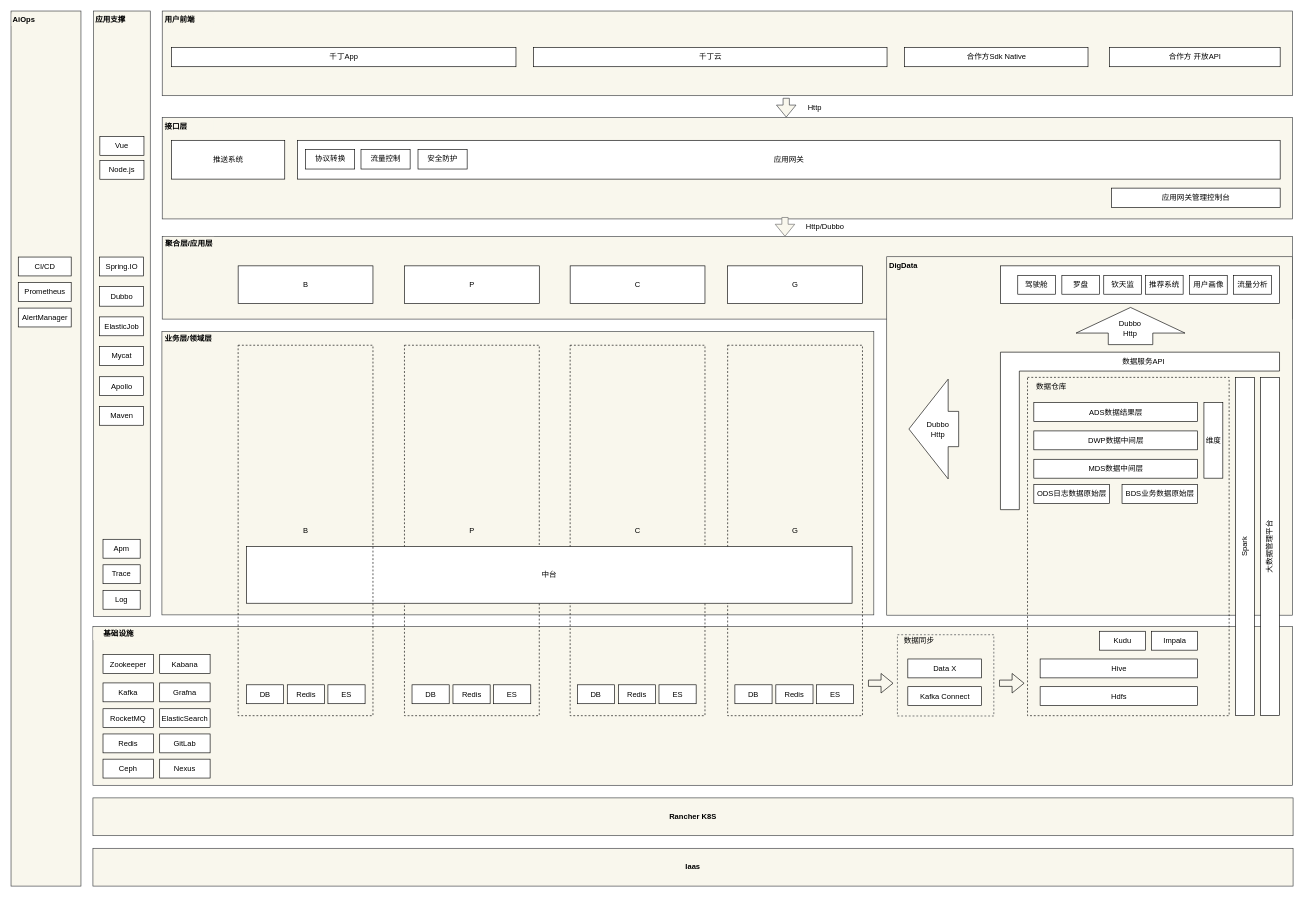
polaris16/drawio keeps this draw.io diagram as Untitled Diagram.drawio. Above is the earlier version. Source tidied: cells renumbered, new cells numbered last; positions are measured from the earlier drawing's top-left corner, leaving out a move shared by most shapes. Both pictures are drawn from the tidied source at 63%, with x=0, y=0 at pixel (11, 11).
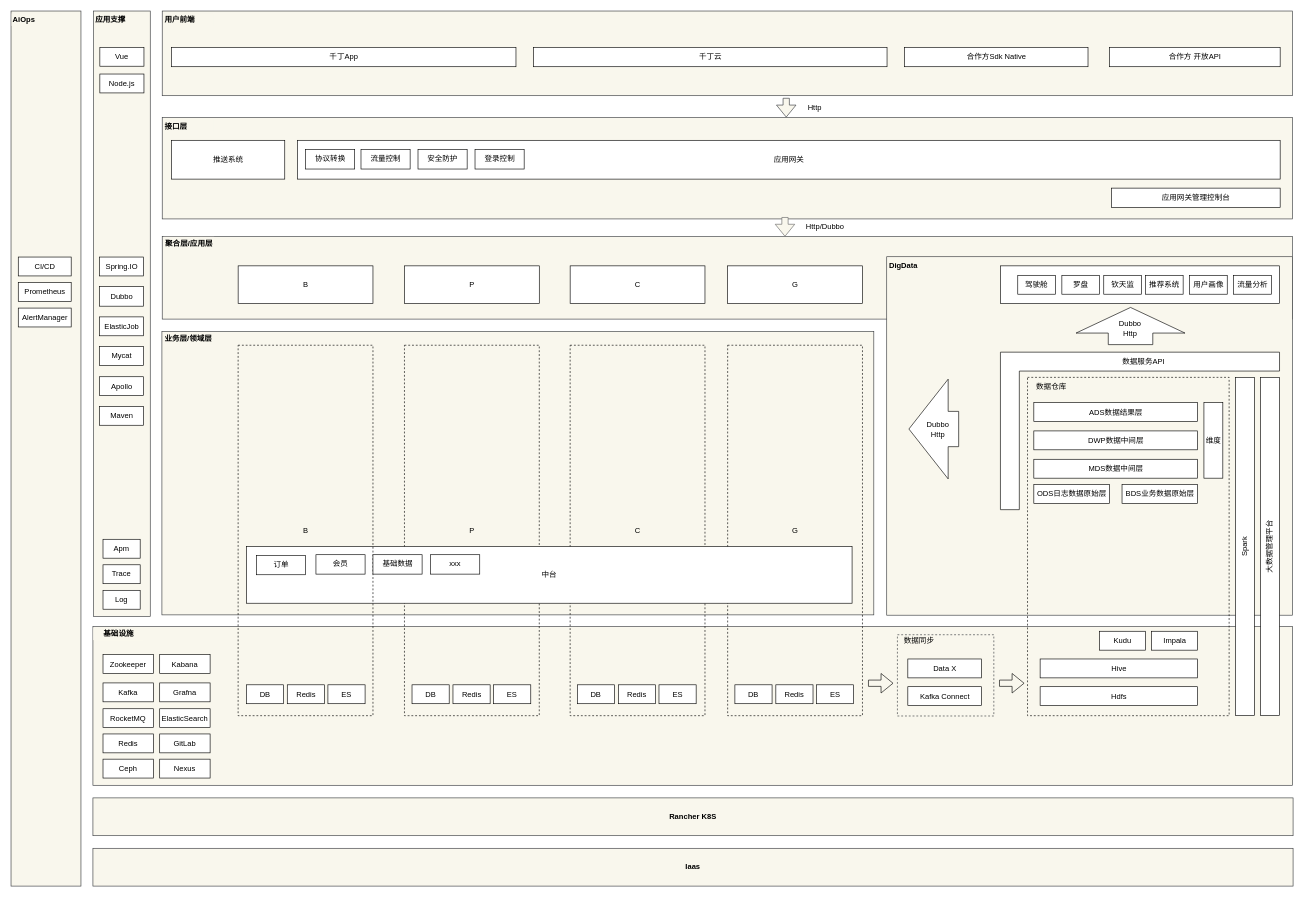
Above is the later version.

What changed in the source:
```diff
@@
     <mxCell id="83" value="Vue" style="rounded=0;whiteSpace=wrap;html=1;strokeWidth=1;" parent="1" vertex="1">
-      <mxGeometry x="141" y="199" width="70" height="30" as="geometry" />
+      <mxGeometry x="141" y="57.6" width="70" height="30" as="geometry" />
     </mxCell>
     <mxCell id="84" value="Node.js" style="rounded=0;whiteSpace=wrap;html=1;strokeWidth=1;" parent="1" vertex="1">
-      <mxGeometry x="141" y="237" width="70" height="30" as="geometry" />
+      <mxGeometry x="141" y="100" width="70" height="30" as="geometry" />
     </mxCell>
@@
+    <mxCell id="112" value="登录控制" style="rounded=0;whiteSpace=wrap;html=1;" parent="1" vertex="1">
+      <mxGeometry x="736.5" y="220" width="78" height="30.8" as="geometry" />
+    </mxCell>
+    <mxCell id="113" value="订单" style="rounded=0;whiteSpace=wrap;html=1;" parent="1" vertex="1">
+      <mxGeometry x="389.5" y="864" width="78" height="30.8" as="geometry" />
+    </mxCell>
+    <mxCell id="114" value="会员" style="rounded=0;whiteSpace=wrap;html=1;" parent="1" vertex="1">
+      <mxGeometry x="484" y="863" width="78" height="30.8" as="geometry" />
+    </mxCell>
+    <mxCell id="115" value="基础数据" style="rounded=0;whiteSpace=wrap;html=1;" parent="1" vertex="1">
+      <mxGeometry x="574.5" y="863" width="78" height="30.8" as="geometry" />
+    </mxCell>
+    <mxCell id="116" value="xxx" style="rounded=0;whiteSpace=wrap;html=1;" parent="1" vertex="1">
+      <mxGeometry x="666" y="863" width="78" height="30.8" as="geometry" />
+    </mxCell>
```
